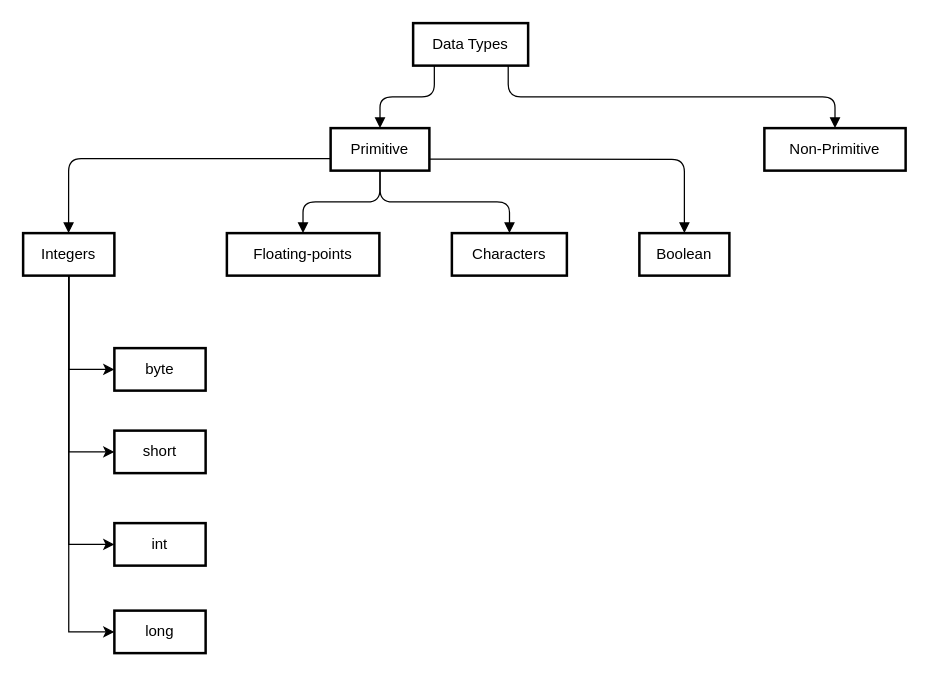
The draw.io diagram Untitled Diagram.drawio in chitrasem/CodingWithChitra, before the edit. Source tidied: cells renumbered, new cells numbered last; positions are measured from the earlier drawing's top-left corner, leaving out a move shared by most shapes. Both pictures are drawn from the tidied source at 125%, with x=0, y=0 at pixel (22, 22).
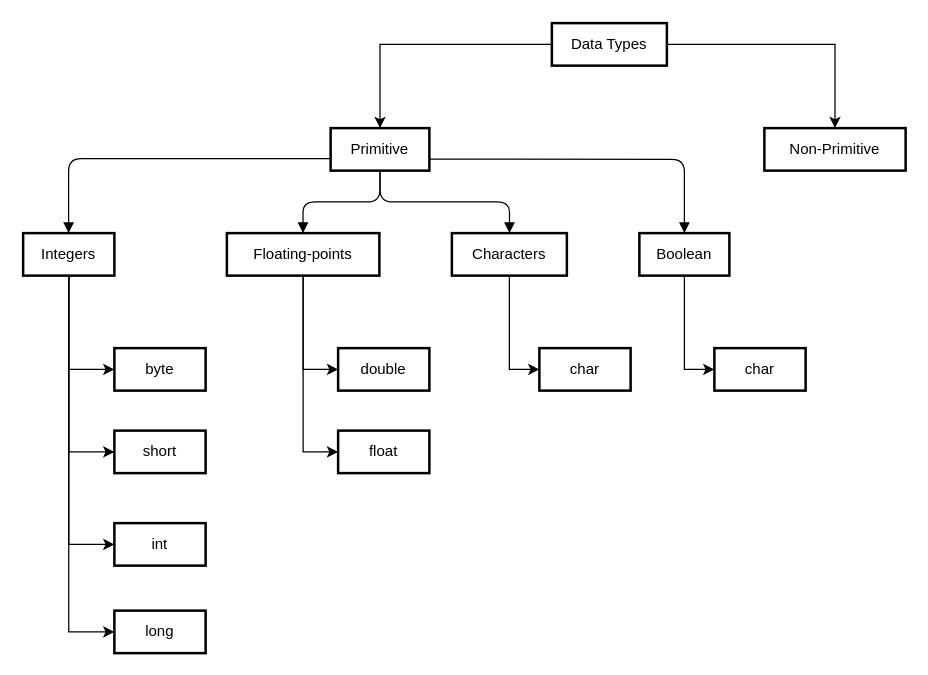
The same diagram, later.

The change refers to these unchanged cells:
```xml
<mxCell id="3" value="Primitive" style="whiteSpace=wrap;strokeWidth=2;" parent="1" vertex="1">
  <mxGeometry x="246" y="84" width="79" height="34" as="geometry" />
</mxCell>
<mxCell id="9" value="Floating-points" style="whiteSpace=wrap;strokeWidth=2;" parent="1" vertex="1">
  <mxGeometry x="163" y="168" width="122" height="34" as="geometry" />
</mxCell>
<mxCell id="10" value="Characters" style="whiteSpace=wrap;strokeWidth=2;" parent="1" vertex="1">
  <mxGeometry x="343" y="168" width="92" height="34" as="geometry" />
</mxCell>
<mxCell id="11" value="Boolean" style="whiteSpace=wrap;strokeWidth=2;" parent="1" vertex="1">
  <mxGeometry x="493" y="168" width="72" height="34" as="geometry" />
</mxCell>
<mxCell id="12" value="Non-Primitive" style="whiteSpace=wrap;strokeWidth=2;" parent="1" vertex="1">
  <mxGeometry x="593" y="84" width="113" height="34" as="geometry" />
</mxCell>
```

Diff of the diagram source:
```diff
@@
+    <mxCell id="13" style="edgeStyle=orthogonalEdgeStyle;rounded=0;jettySize=auto;html=1;entryX=0.5;entryY=0;entryDx=0;entryDy=0;exitX=0;exitY=0.5;exitDx=0;exitDy=0;flowAnimation=1;" parent="1" edge="1" source="2" target="3">
+      <mxGeometry relative="1" as="geometry" />
+    </mxCell>
+    <mxCell id="18" style="edgeStyle=orthogonalEdgeStyle;rounded=0;jettySize=auto;html=1;entryX=0.5;entryY=0;entryDx=0;entryDy=0;flowAnimation=1;" parent="1" edge="1" source="2" target="12">
+      <mxGeometry relative="1" as="geometry" />
+    </mxCell>
     <mxCell id="2" value="Data Types" style="whiteSpace=wrap;strokeWidth=2;" parent="1" vertex="1">
-      <mxGeometry x="312" width="92" height="34" as="geometry" />
+      <mxGeometry x="423" width="92" height="34" as="geometry" />
     </mxCell>
@@
+    <mxCell id="23" style="edgeStyle=orthogonalEdgeStyle;rounded=0;jettySize=auto;html=1;entryX=0;entryY=0.5;entryDx=0;entryDy=0;flowAnimation=1;" parent="1" edge="1" source="9" target="27">
+      <mxGeometry relative="1" as="geometry" />
+    </mxCell>
+    <mxCell id="24" style="edgeStyle=orthogonalEdgeStyle;rounded=0;jettySize=auto;html=1;entryX=0;entryY=0.5;entryDx=0;entryDy=0;flowAnimation=1;" parent="1" edge="1" source="9" target="28">
+      <mxGeometry relative="1" as="geometry" />
+    </mxCell>
@@
+    <mxCell id="25" style="edgeStyle=orthogonalEdgeStyle;rounded=0;jettySize=auto;html=1;entryX=0;entryY=0.5;entryDx=0;entryDy=0;flowAnimation=1;" parent="1" edge="1" source="10" target="29">
+      <mxGeometry relative="1" as="geometry" />
+    </mxCell>
@@
+    <mxCell id="26" style="edgeStyle=orthogonalEdgeStyle;rounded=0;jettySize=auto;html=1;entryX=0;entryY=0.5;entryDx=0;entryDy=0;flowAnimation=1;" parent="1" edge="1" source="11" target="30">
+      <mxGeometry relative="1" as="geometry" />
+    </mxCell>
@@
-    <mxCell id="13" style="startArrow=none;endArrow=block;exitX=0.18435560941202558;exitY=1;entryX=0.5001055077661442;entryY=0;edgeStyle=orthogonalEdgeStyle;comic=0;flowAnimation=1;" parent="1" edge="1" source="2" target="3">
-      <mxGeometry relative="1" as="geometry" />
-    </mxCell>
@@
-    <mxCell id="18" style="startArrow=none;endArrow=block;exitX=0.8266951539254829;exitY=1;entryX=0.5000737620665964;entryY=0;edgeStyle=orthogonalEdgeStyle;flowAnimation=1;" parent="1" edge="1" source="2" target="12">
-      <mxGeometry relative="1" as="geometry" />
-    </mxCell>
@@
+    <mxCell id="27" value="double" style="whiteSpace=wrap;strokeWidth=2;" parent="1" vertex="1">
+      <mxGeometry x="252" y="260" width="73" height="34" as="geometry" />
+    </mxCell>
+    <mxCell id="28" value="float" style="whiteSpace=wrap;strokeWidth=2;" parent="1" vertex="1">
+      <mxGeometry x="252" y="326" width="73" height="34" as="geometry" />
+    </mxCell>
+    <mxCell id="29" value="char" style="whiteSpace=wrap;strokeWidth=2;" parent="1" vertex="1">
+      <mxGeometry x="413" y="260" width="73" height="34" as="geometry" />
+    </mxCell>
+    <mxCell id="30" value="char" style="whiteSpace=wrap;strokeWidth=2;" parent="1" vertex="1">
+      <mxGeometry x="553" y="260" width="73" height="34" as="geometry" />
+    </mxCell>
```
